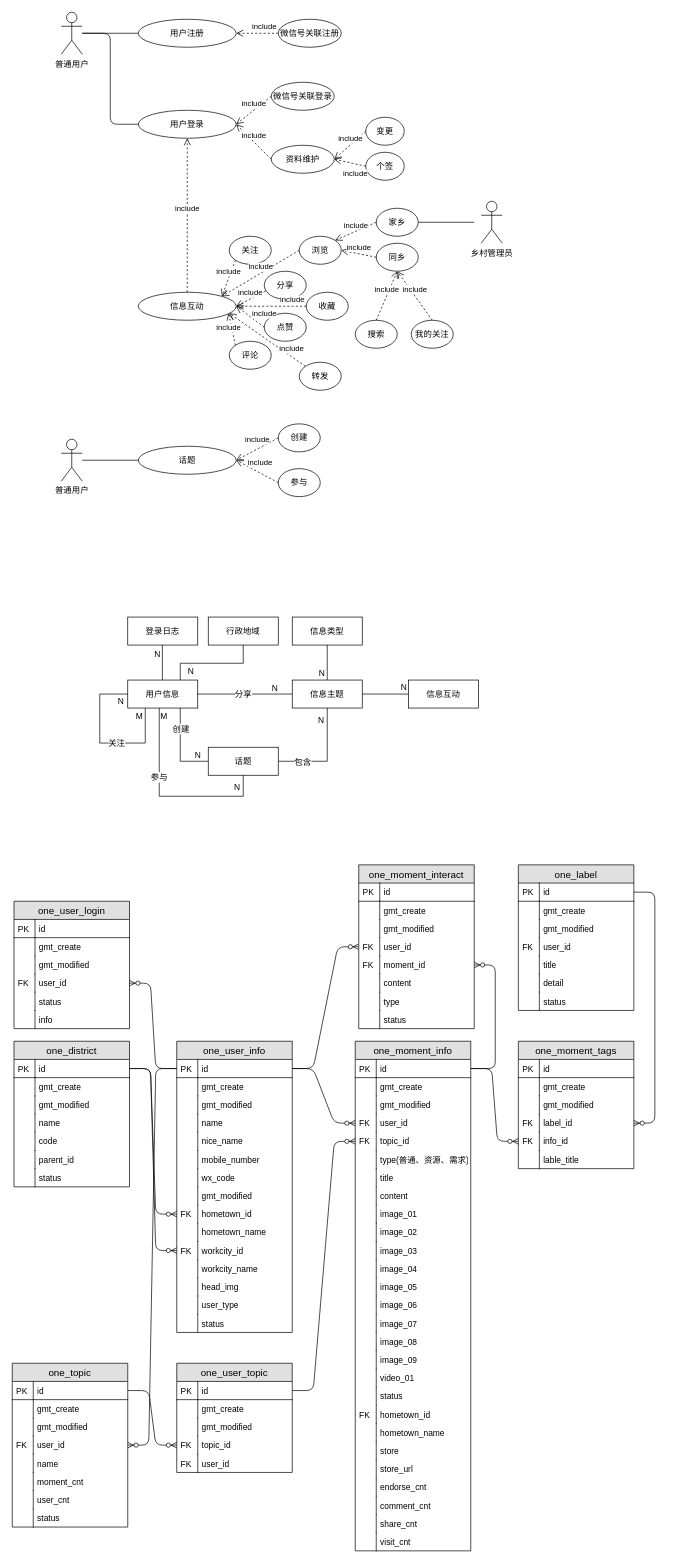
Above: 未命名绘图.drawio in trey03/draw (draw.io), before the change. Source tidied: cells renumbered, new cells numbered last; positions are measured from the earlier drawing's top-left corner, leaving out a move shared by most shapes. Both pictures are drawn from the tidied source at 70%, with x=0, y=0 at pixel (12, 12).
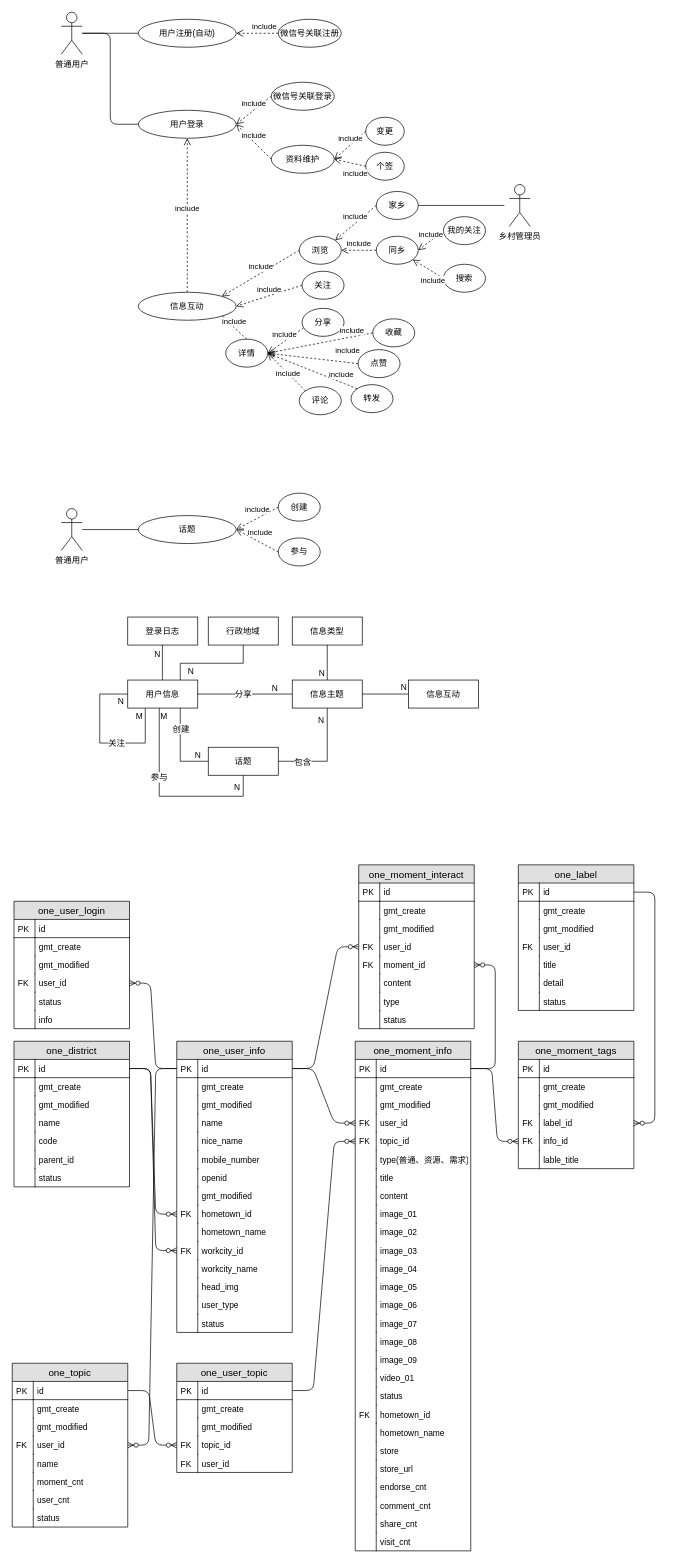
Above is the later version.

Commit message:
更新未命名绘图.drawio

Unchanged cells that the change refers to:
```xml
<mxCell id="11" value="信息互动" style="ellipse;whiteSpace=wrap;html=1;" parent="1" vertex="1">
  <mxGeometry x="180" y="400" width="140" height="40" as="geometry" />
</mxCell>
<mxCell id="76" value="one_user_info" style="swimlane;fontStyle=0;horizontal=1;startSize=26;fillColor=#e0e0e0;swimlaneFillColor=#ffffff;align=center;fontSize=14;" parent="1" vertex="1">
  <mxGeometry x="235" y="1470" width="165" height="416" as="geometry" />
</mxCell>
```

Change to the diagram source:
```diff
@@
-    <mxCell id="4" value="用户注册" style="ellipse;whiteSpace=wrap;html=1;" parent="1" vertex="1">
+    <mxCell id="4" value="用户注册(自动)" style="ellipse;whiteSpace=wrap;html=1;" parent="1" vertex="1">
       <mxGeometry x="180" y="10" width="140" height="40" as="geometry" />
     </mxCell>
@@
     <mxCell id="12" value="关注" style="ellipse;whiteSpace=wrap;html=1;" parent="1" vertex="1">
-      <mxGeometry x="310" y="320" width="60" height="40" as="geometry" />
+      <mxGeometry x="414" y="370" width="60" height="40" as="geometry" />
     </mxCell>
     <mxCell id="13" value="分享" style="ellipse;whiteSpace=wrap;html=1;" parent="1" vertex="1">
-      <mxGeometry x="360" y="370" width="60" height="40" as="geometry" />
+      <mxGeometry x="414" y="423" width="60" height="40" as="geometry" />
     </mxCell>
     <mxCell id="14" value="点赞" style="ellipse;whiteSpace=wrap;html=1;" parent="1" vertex="1">
-      <mxGeometry x="360" y="430" width="60" height="40" as="geometry" />
+      <mxGeometry x="494" y="482" width="60" height="40" as="geometry" />
     </mxCell>
     <mxCell id="15" value="评论" style="ellipse;whiteSpace=wrap;html=1;" parent="1" vertex="1">
-      <mxGeometry x="310" y="470" width="60" height="40" as="geometry" />
+      <mxGeometry x="410" y="535" width="60" height="40" as="geometry" />
     </mxCell>
@@
-    <mxCell id="17" value="include" style="html=1;verticalAlign=bottom;endArrow=open;dashed=1;endSize=8;exitX=0;exitY=1;exitDx=0;exitDy=0;entryX=1;entryY=0;entryDx=0;entryDy=0;" parent="1" edge="1" source="12" target="11">
+    <mxCell id="17" value="include" style="html=1;verticalAlign=bottom;endArrow=open;dashed=1;endSize=8;exitX=0;exitY=0.5;exitDx=0;exitDy=0;entryX=1;entryY=0.5;entryDx=0;entryDy=0;" parent="1" edge="1" source="12" target="11">
       <mxGeometry relative="1" as="geometry" />
     </mxCell>
@@
-    <mxCell id="19" value="include" style="html=1;verticalAlign=bottom;endArrow=open;dashed=1;endSize=8;exitX=0.033;exitY=0.7;exitDx=0;exitDy=0;exitPerimeter=0;entryX=1;entryY=0.5;entryDx=0;entryDy=0;" parent="1" edge="1" source="13" target="11">
+    <mxCell id="19" value="include" style="html=1;verticalAlign=bottom;endArrow=open;dashed=1;endSize=8;exitX=0.033;exitY=0.7;exitDx=0;exitDy=0;exitPerimeter=0;entryX=1;entryY=0.5;entryDx=0;entryDy=0;" parent="1" edge="1" source="13" target="282">
       <mxGeometry x="0.06" relative="1" as="geometry" />
     </mxCell>
-    <mxCell id="20" value="include" style="html=1;verticalAlign=bottom;endArrow=open;dashed=1;endSize=8;exitX=0;exitY=0.5;exitDx=0;exitDy=0;entryX=1;entryY=0.5;entryDx=0;entryDy=0;" parent="1" edge="1" source="14" target="11">
+    <mxCell id="20" value="include" style="html=1;verticalAlign=bottom;endArrow=open;dashed=1;endSize=8;exitX=0;exitY=0.5;exitDx=0;exitDy=0;entryX=1;entryY=0.5;entryDx=0;entryDy=0;" parent="1" edge="1" source="14" target="282">
       <mxGeometry x="-0.76" y="-8" relative="1" as="geometry" />
     </mxCell>
-    <mxCell id="21" value="include" style="html=1;verticalAlign=bottom;endArrow=open;dashed=1;endSize=8;exitX=0;exitY=0;exitDx=0;exitDy=0;" parent="1" edge="1" source="15">
-      <mxGeometry x="-0.25" y="6" relative="1" as="geometry">
-        <mxPoint x="309" y="430" as="targetPoint" />
-      </mxGeometry>
+    <mxCell id="21" value="include" style="html=1;verticalAlign=bottom;endArrow=open;dashed=1;endSize=8;exitX=0;exitY=0;exitDx=0;exitDy=0;entryX=1;entryY=0.5;entryDx=0;entryDy=0;" parent="1" edge="1" source="15" target="282">
+      <mxGeometry x="-0.25" y="6" relative="1" as="geometry" />
     </mxCell>
     <mxCell id="22" value="家乡" style="ellipse;whiteSpace=wrap;html=1;" parent="1" vertex="1">
-      <mxGeometry x="520" y="280" width="60" height="40" as="geometry" />
+      <mxGeometry x="520" y="256" width="60" height="40" as="geometry" />
     </mxCell>
     <mxCell id="23" value="同乡" style="ellipse;whiteSpace=wrap;html=1;" parent="1" vertex="1">
-      <mxGeometry x="520" y="330" width="60" height="40" as="geometry" />
+      <mxGeometry x="520" y="320" width="60" height="40" as="geometry" />
     </mxCell>
@@
     <mxCell id="27" value="乡村管理员" style="shape=umlActor;verticalLabelPosition=bottom;labelBackgroundColor=#ffffff;verticalAlign=top;html=1;" parent="1" vertex="1">
-      <mxGeometry x="670" y="270" width="30" height="60" as="geometry" />
+      <mxGeometry x="710" y="246" width="30" height="60" as="geometry" />
     </mxCell>
     <mxCell id="28" style="line;strokeWidth=1;fillColor=none;align=left;verticalAlign=middle;spacingTop=-1;spacingLeft=3;spacingRight=3;labelPosition=right;" parent="1" vertex="1">
-      <mxGeometry x="580" y="296" width="80" height="8" as="geometry" />
+      <mxGeometry x="580" y="272" width="123" height="8" as="geometry" />
     </mxCell>
@@
     <mxCell id="34" value="搜索" style="ellipse;whiteSpace=wrap;html=1;" parent="1" vertex="1">
-      <mxGeometry x="490" y="440" width="60" height="40" as="geometry" />
+      <mxGeometry x="616" y="360" width="60" height="40" as="geometry" />
     </mxCell>
     <mxCell id="35" value="我的关注" style="ellipse;whiteSpace=wrap;html=1;" parent="1" vertex="1">
-      <mxGeometry x="570" y="440" width="60" height="40" as="geometry" />
+      <mxGeometry x="616" y="292" width="60" height="40" as="geometry" />
     </mxCell>
-    <mxCell id="36" value="include" style="html=1;verticalAlign=bottom;endArrow=open;dashed=1;endSize=8;exitX=0.5;exitY=0;exitDx=0;exitDy=0;entryX=0.5;entryY=1;entryDx=0;entryDy=0;" parent="1" edge="1" source="34" target="23">
-      <mxGeometry relative="1" as="geometry" />
+    <mxCell id="36" value="include" style="html=1;verticalAlign=bottom;endArrow=open;dashed=1;endSize=8;exitX=0;exitY=0.5;exitDx=0;exitDy=0;" parent="1" edge="1" source="34" target="23">
+      <mxGeometry x="-0.74" y="18" relative="1" as="geometry" />
     </mxCell>
-    <mxCell id="37" value="include" style="html=1;verticalAlign=bottom;endArrow=open;dashed=1;endSize=8;exitX=0.5;exitY=0;exitDx=0;exitDy=0;entryX=0.5;entryY=1;entryDx=0;entryDy=0;" parent="1" edge="1" source="35" target="23">
+    <mxCell id="37" value="include" style="html=1;verticalAlign=bottom;endArrow=open;dashed=1;endSize=8;exitX=0;exitY=0.5;exitDx=0;exitDy=0;entryX=1;entryY=0.5;entryDx=0;entryDy=0;" parent="1" edge="1" source="35" target="23">
       <mxGeometry relative="1" as="geometry" />
     </mxCell>
     <mxCell id="38" value="转发" style="ellipse;whiteSpace=wrap;html=1;" parent="1" vertex="1">
-      <mxGeometry x="410" y="500" width="60" height="40" as="geometry" />
+      <mxGeometry x="484" y="532" width="60" height="40" as="geometry" />
     </mxCell>
-    <mxCell id="39" value="include" style="html=1;verticalAlign=bottom;endArrow=open;dashed=1;endSize=8;exitX=0;exitY=0;exitDx=0;exitDy=0;" parent="1" edge="1" source="38">
-      <mxGeometry x="-0.63" y="-2" relative="1" as="geometry">
-        <mxPoint x="310" y="430" as="targetPoint" />
-      </mxGeometry>
+    <mxCell id="39" value="include" style="html=1;verticalAlign=bottom;endArrow=open;dashed=1;endSize=8;exitX=0;exitY=0;exitDx=0;exitDy=0;entryX=1;entryY=0.5;entryDx=0;entryDy=0;" parent="1" edge="1" source="38" target="282">
+      <mxGeometry x="-0.63" y="-2" relative="1" as="geometry" />
     </mxCell>
@@
     <mxCell id="58" value="普通用户" style="shape=umlActor;verticalLabelPosition=bottom;labelBackgroundColor=#ffffff;verticalAlign=top;html=1;" parent="1" vertex="1">
-      <mxGeometry x="70" y="610" width="30" height="60" as="geometry" />
+      <mxGeometry x="70" y="709" width="30" height="60" as="geometry" />
     </mxCell>
     <mxCell id="59" value="话题" style="ellipse;whiteSpace=wrap;html=1;" parent="1" vertex="1">
-      <mxGeometry x="180" y="620" width="140" height="40" as="geometry" />
+      <mxGeometry x="180" y="719" width="140" height="40" as="geometry" />
     </mxCell>
     <mxCell id="60" style="line;strokeWidth=1;fillColor=none;align=left;verticalAlign=middle;spacingTop=-1;spacingLeft=3;spacingRight=3;labelPosition=right;" parent="1" vertex="1">
-      <mxGeometry x="100" y="636" width="80" height="8" as="geometry" />
+      <mxGeometry x="100" y="735" width="80" height="8" as="geometry" />
     </mxCell>
     <mxCell id="61" value="创建" style="ellipse;whiteSpace=wrap;html=1;" parent="1" vertex="1">
-      <mxGeometry x="380" y="588" width="60" height="40" as="geometry" />
+      <mxGeometry x="380" y="687" width="60" height="40" as="geometry" />
     </mxCell>
     <mxCell id="62" value="参与" style="ellipse;whiteSpace=wrap;html=1;" parent="1" vertex="1">
-      <mxGeometry x="380" y="652" width="60" height="40" as="geometry" />
+      <mxGeometry x="380" y="751" width="60" height="40" as="geometry" />
     </mxCell>
@@
-    <mxCell id="89" value="wx_code" style="shape=partialRectangle;top=0;left=0;right=0;bottom=0;align=left;verticalAlign=top;fillColor=none;spacingLeft=34;spacingRight=4;overflow=hidden;fontSize=12;" parent="76" vertex="1">
+    <mxCell id="89" value="openid" style="shape=partialRectangle;top=0;left=0;right=0;bottom=0;align=left;verticalAlign=top;fillColor=none;spacingLeft=34;spacingRight=4;overflow=hidden;fontSize=12;" parent="76" vertex="1">
       <mxGeometry y="182" width="165" height="26" as="geometry" />
     </mxCell>
@@
     <mxCell id="246" value="收藏" style="ellipse;whiteSpace=wrap;html=1;" parent="1" vertex="1">
-      <mxGeometry x="420" y="400" width="60" height="40" as="geometry" />
+      <mxGeometry x="515" y="438" width="60" height="40" as="geometry" />
     </mxCell>
-    <mxCell id="247" value="include" style="html=1;verticalAlign=bottom;endArrow=open;dashed=1;endSize=8;exitX=0;exitY=0.5;exitDx=0;exitDy=0;entryX=1;entryY=0.5;entryDx=0;entryDy=0;" parent="1" edge="1" source="246" target="11">
+    <mxCell id="247" value="include" style="html=1;verticalAlign=bottom;endArrow=open;dashed=1;endSize=8;exitX=0;exitY=0.5;exitDx=0;exitDy=0;entryX=1;entryY=0.5;entryDx=0;entryDy=0;" parent="1" edge="1" source="246" target="282">
       <mxGeometry x="-0.6" relative="1" as="geometry" />
     </mxCell>
@@
+    <mxCell id="282" value="详情" style="ellipse;whiteSpace=wrap;html=1;" parent="1" vertex="1">
+      <mxGeometry x="305" y="467" width="60" height="40" as="geometry" />
+    </mxCell>
+    <mxCell id="283" value="include" style="html=1;verticalAlign=bottom;endArrow=open;dashed=1;endSize=8;exitX=0.5;exitY=0;exitDx=0;exitDy=0;entryX=1;entryY=1;entryDx=0;entryDy=0;" parent="1" edge="1" source="282" target="11">
+      <mxGeometry relative="1" as="geometry" />
+    </mxCell>
```
